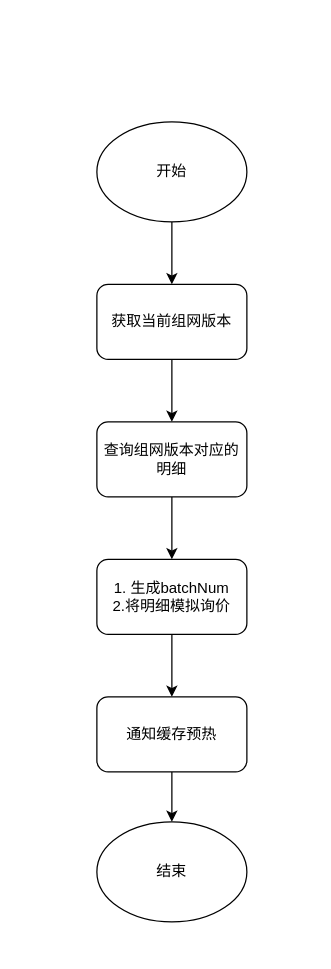
The draw.io diagram 模拟询价定时任务.drawio in heyrry/draw.io, before the edit. Source tidied: cells renumbered, new cells numbered last; positions are measured from the earlier drawing's top-left corner, leaving out a move shared by most shapes. Both pictures are drawn from the tidied source at 125%, with x=0, y=0 at pixel (96, 121).
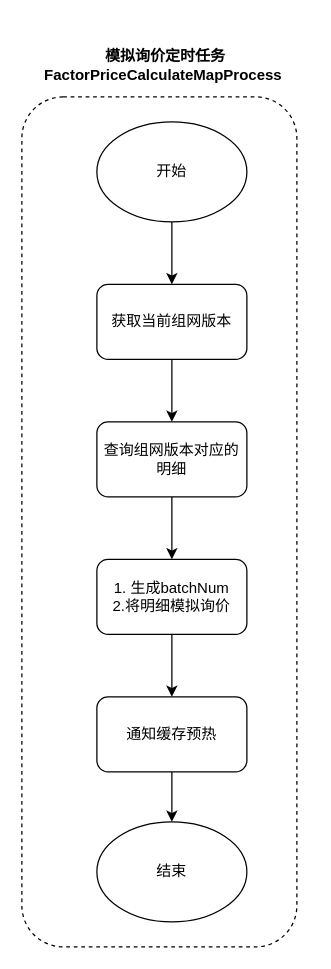
The same diagram, later.

Commit message:
更新模拟询价定时任务.drawio

Diff of the diagram source:
```diff
@@
 <mxGraphModel>
   <root>
     <mxCell id="0" />
     <mxCell id="1" parent="0" />
     <mxCell id="2" style="edgeStyle=orthogonalEdgeStyle;rounded=0;jettySize=auto;html=1;exitX=0.5;exitY=1;exitDx=0;exitDy=0;entryX=0.5;entryY=0;entryDx=0;entryDy=0;" parent="1" edge="1" source="3" target="5">
       <mxGeometry relative="1" as="geometry" />
     </mxCell>
     <mxCell id="3" value="开始" style="ellipse;whiteSpace=wrap;html=1;fillColor=none;" parent="1" vertex="1">
       <mxGeometry width="120" height="80" as="geometry" />
     </mxCell>
     <mxCell id="4" style="edgeStyle=orthogonalEdgeStyle;rounded=0;jettySize=auto;html=1;exitX=0.5;exitY=1;exitDx=0;exitDy=0;entryX=0.5;entryY=0;entryDx=0;entryDy=0;" parent="1" edge="1" source="5" target="7">
       <mxGeometry relative="1" as="geometry" />
     </mxCell>
     <mxCell id="5" value="获取当前组网版本" style="rounded=1;whiteSpace=wrap;html=1;fillColor=none;" parent="1" vertex="1">
       <mxGeometry y="130" width="120" height="60" as="geometry" />
     </mxCell>
     <mxCell id="6" style="edgeStyle=orthogonalEdgeStyle;rounded=0;jettySize=auto;html=1;exitX=0.5;exitY=1;exitDx=0;exitDy=0;entryX=0.5;entryY=0;entryDx=0;entryDy=0;" parent="1" edge="1" source="7" target="9">
       <mxGeometry relative="1" as="geometry" />
     </mxCell>
     <mxCell id="7" value="查询组网版本对应的明细" style="rounded=1;whiteSpace=wrap;html=1;fillColor=none;" parent="1" vertex="1">
       <mxGeometry y="240" width="120" height="60" as="geometry" />
     </mxCell>
     <mxCell id="8" style="edgeStyle=orthogonalEdgeStyle;rounded=0;jettySize=auto;html=1;exitX=0.5;exitY=1;exitDx=0;exitDy=0;entryX=0.5;entryY=0;entryDx=0;entryDy=0;" parent="1" edge="1" source="9" target="11">
       <mxGeometry relative="1" as="geometry" />
     </mxCell>
     <mxCell id="9" value="&lt;div&gt;1. 生成batchNum&lt;/div&gt;2.将明细模拟询价" style="rounded=1;whiteSpace=wrap;html=1;fillColor=none;" parent="1" vertex="1">
       <mxGeometry y="350" width="120" height="60" as="geometry" />
     </mxCell>
     <mxCell id="10" style="edgeStyle=orthogonalEdgeStyle;rounded=0;jettySize=auto;html=1;exitX=0.5;exitY=1;exitDx=0;exitDy=0;entryX=0.5;entryY=0;entryDx=0;entryDy=0;" parent="1" edge="1" source="11" target="12">
       <mxGeometry relative="1" as="geometry" />
     </mxCell>
     <mxCell id="11" value="&lt;div&gt;通知缓存预热&lt;/div&gt;" style="rounded=1;whiteSpace=wrap;html=1;fillColor=none;" parent="1" vertex="1">
       <mxGeometry y="460" width="120" height="60" as="geometry" />
     </mxCell>
     <mxCell id="12" value="结束" style="ellipse;whiteSpace=wrap;html=1;fillColor=none;" parent="1" vertex="1">
       <mxGeometry y="560" width="120" height="80" as="geometry" />
     </mxCell>
+    <mxCell id="13" style="rounded=1;whiteSpace=wrap;html=1;fillColor=none;dashed=1;" parent="1" vertex="1">
+      <mxGeometry x="-60" y="-20" width="220" height="680" as="geometry" />
+    </mxCell>
+    <mxCell id="14" value="模拟询价定时任务&lt;div class=&quot;lake-content&quot;&gt;&lt;span class=&quot;ne-text&quot;&gt;FactorPriceCalculateMapProcess&amp;nbsp;&lt;/span&gt;&lt;/div&gt;" style="text;html=1;align=center;verticalAlign=middle;whiteSpace=wrap;rounded=0;fontStyle=1;" parent="1" vertex="1">
+      <mxGeometry x="-60" y="-80" width="230" height="70" as="geometry" />
+    </mxCell>
   </root>
 </mxGraphModel>
```
